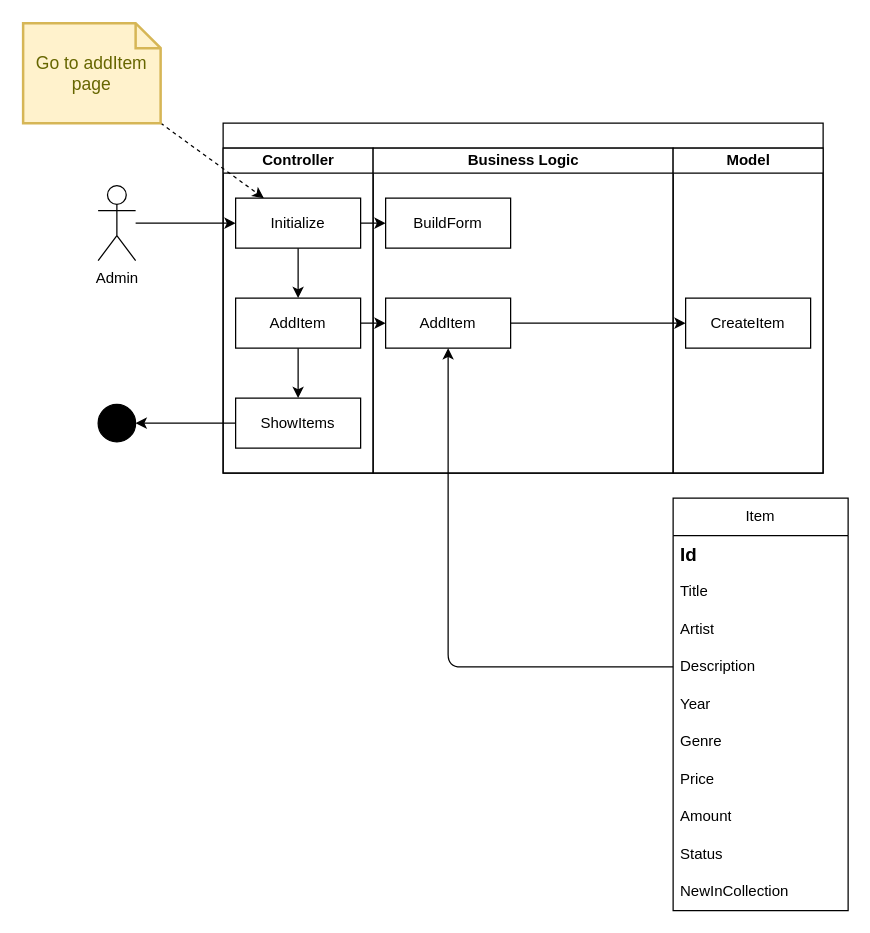
Earlier version of the draw.io diagram diagrams/ASD/AddItem.drawio (JochemGrootherder/educom-webshop-runtime-records). Source tidied: cells renumbered, new cells numbered last; positions are measured from the earlier drawing's top-left corner, leaving out a move shared by most shapes. Both pictures are drawn from the tidied source at 125%, with x=0, y=0 at pixel (22, 22).
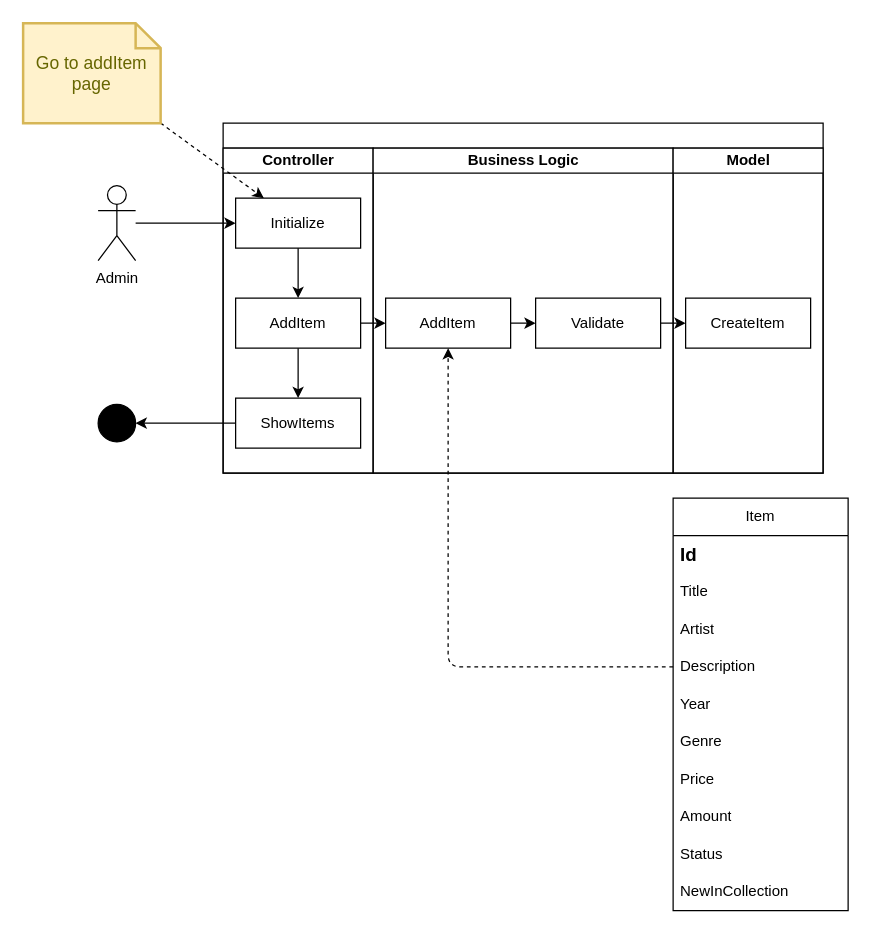
After the change.

Unchanged cells that the change refers to:
```xml
<mxCell id="2" style="swimlane;startSize=20;html=1;" parent="1" vertex="1">
  <mxGeometry x="160" y="80" width="480" height="280" as="geometry" />
</mxCell>
<mxCell id="3" value="Controller" style="swimlane;startSize=20;html=1;" parent="2" vertex="1">
  <mxGeometry y="20" width="120" height="260" as="geometry" />
</mxCell>
<mxCell id="5" value="Initialize" style="rounded=0;whiteSpace=wrap;html=1;" parent="3" vertex="1">
  <mxGeometry x="10" y="40" width="100" height="40" as="geometry" />
</mxCell>
<mxCell id="7" value="AddItem" style="rounded=0;whiteSpace=wrap;html=1;" parent="3" vertex="1">
  <mxGeometry x="10" y="120" width="100" height="40" as="geometry" />
</mxCell>
<mxCell id="9" value="Business Logic" style="swimlane;startSize=20;html=1;" parent="2" vertex="1">
  <mxGeometry x="120" y="20" width="240" height="260" as="geometry" />
</mxCell>
<mxCell id="10" value="AddItem" style="rounded=0;whiteSpace=wrap;html=1;" parent="9" vertex="1">
  <mxGeometry x="10" y="120" width="100" height="40" as="geometry" />
</mxCell>
<mxCell id="13" value="CreateItem" style="rounded=0;whiteSpace=wrap;html=1;" parent="12" vertex="1">
  <mxGeometry x="10" y="120" width="100" height="40" as="geometry" />
</mxCell>
<mxCell id="23" value="Description" style="text;strokeColor=none;fillColor=none;align=left;verticalAlign=middle;spacingLeft=4;spacingRight=4;overflow=hidden;points=[[0,0.5],[1,0.5]];portConstraint=eastwest;whiteSpace=wrap;html=1;" parent="19" vertex="1">
  <mxGeometry y="120" width="140" height="30" as="geometry" />
</mxCell>
```

The edit, as a diff of the source:
```diff
@@
-    <mxCell id="4" style="edgeStyle=none;html=1;" parent="3" edge="1" source="5" target="7">
-      <mxGeometry relative="1" as="geometry" />
-    </mxCell>
@@
+    <mxCell id="4" style="edgeStyle=none;html=1;" parent="3" edge="1" source="5" target="7">
+      <mxGeometry relative="1" as="geometry" />
+    </mxCell>
@@
-    <mxCell id="11" value="BuildForm" style="rounded=0;whiteSpace=wrap;html=1;" parent="9" vertex="1">
-      <mxGeometry x="10" y="40" width="100" height="40" as="geometry" />
-    </mxCell>
+    <mxCell id="35" value="Validate" style="rounded=0;whiteSpace=wrap;html=1;" parent="9" vertex="1">
+      <mxGeometry x="130" y="120" width="100" height="40" as="geometry" />
+    </mxCell>
+    <mxCell id="15" style="edgeStyle=none;html=1;" parent="9" edge="1" source="10" target="35">
+      <mxGeometry relative="1" as="geometry" />
+    </mxCell>
@@
-    <mxCell id="15" style="edgeStyle=none;html=1;" parent="2" edge="1" source="10" target="13">
-      <mxGeometry relative="1" as="geometry" />
-    </mxCell>
-    <mxCell id="16" style="edgeStyle=none;html=1;" parent="2" edge="1" source="5" target="11">
-      <mxGeometry relative="1" as="geometry" />
-    </mxCell>
+    <mxCell id="36" style="edgeStyle=none;html=1;" parent="2" edge="1" source="35" target="13">
+      <mxGeometry relative="1" as="geometry" />
+    </mxCell>
@@
-    <mxCell id="30" style="edgeStyle=orthogonalEdgeStyle;html=1;" parent="1" edge="1" source="23" target="10">
+    <mxCell id="30" style="edgeStyle=orthogonalEdgeStyle;html=1;dashed=1;" parent="1" edge="1" source="23" target="10">
       <mxGeometry relative="1" as="geometry" />
     </mxCell>
```
